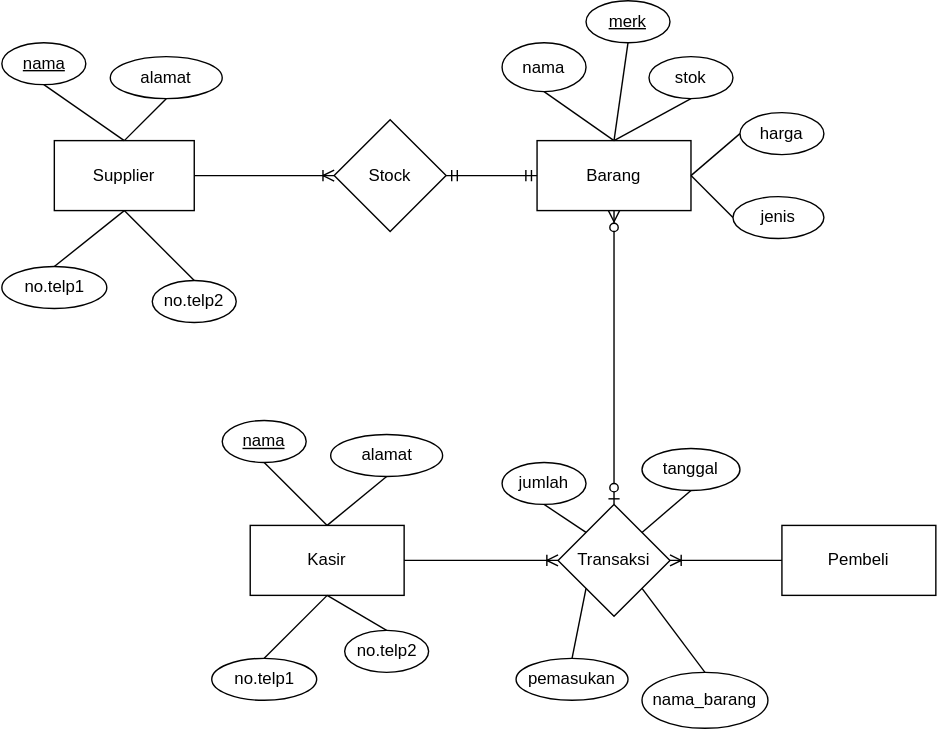
Earlier version of the draw.io export Tes ERD.svg (sendy452/DIagram-Model). Source tidied: cells renumbered, new cells last; positions are measured from the earlier drawing's top-left corner, leaving out a move shared by most shapes.
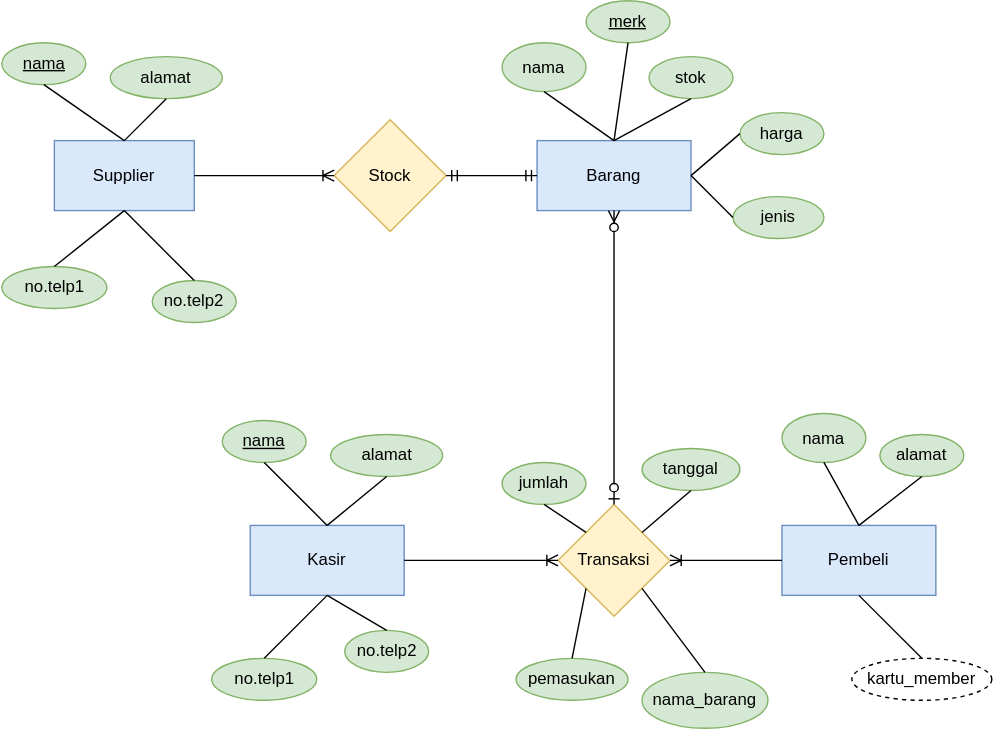
After the commit.

The edit, as a diff of the source:
```diff
@@ -2,34 +2,34 @@
   <root>
     <mxCell id="0" />
     <mxCell id="1" parent="0" />
-    <mxCell id="2" value="Supplier" style="rounded=0;whiteSpace=wrap;html=1;" parent="1" vertex="1">
+    <mxCell id="2" value="Supplier" style="rounded=0;whiteSpace=wrap;html=1;fillColor=#dae8fc;strokeColor=#6c8ebf;" parent="1" vertex="1">
       <mxGeometry x="38" y="100" width="100" height="50" as="geometry" />
     </mxCell>
-    <mxCell id="3" value="Stock" style="rhombus;whiteSpace=wrap;html=1;" parent="1" vertex="1">
+    <mxCell id="3" value="Stock" style="rhombus;whiteSpace=wrap;html=1;fillColor=#fff2cc;strokeColor=#d6b656;" parent="1" vertex="1">
       <mxGeometry x="238" y="85" width="80" height="80" as="geometry" />
     </mxCell>
-    <mxCell id="4" value="Barang" style="rounded=0;whiteSpace=wrap;html=1;" parent="1" vertex="1">
+    <mxCell id="4" value="Barang" style="rounded=0;whiteSpace=wrap;html=1;fillColor=#dae8fc;strokeColor=#6c8ebf;" parent="1" vertex="1">
       <mxGeometry x="383" y="100" width="110" height="50" as="geometry" />
     </mxCell>
-    <mxCell id="5" value="Transaksi" style="rhombus;whiteSpace=wrap;html=1;" parent="1" vertex="1">
+    <mxCell id="5" value="Transaksi" style="rhombus;whiteSpace=wrap;html=1;fillColor=#fff2cc;strokeColor=#d6b656;" parent="1" vertex="1">
       <mxGeometry x="398" y="360" width="80" height="80" as="geometry" />
     </mxCell>
-    <mxCell id="6" value="Kasir" style="rounded=0;whiteSpace=wrap;html=1;" parent="1" vertex="1">
+    <mxCell id="6" value="Kasir" style="rounded=0;whiteSpace=wrap;html=1;fillColor=#dae8fc;strokeColor=#6c8ebf;" parent="1" vertex="1">
       <mxGeometry x="178" y="375" width="110" height="50" as="geometry" />
     </mxCell>
-    <mxCell id="7" value="Pembeli" style="rounded=0;whiteSpace=wrap;html=1;" parent="1" vertex="1">
+    <mxCell id="7" value="Pembeli" style="rounded=0;whiteSpace=wrap;html=1;fillColor=#dae8fc;strokeColor=#6c8ebf;" parent="1" vertex="1">
       <mxGeometry x="558" y="375" width="110" height="50" as="geometry" />
     </mxCell>
-    <mxCell id="8" value="no.telp2" style="ellipse;whiteSpace=wrap;html=1;" parent="1" vertex="1">
+    <mxCell id="8" value="no.telp2" style="ellipse;whiteSpace=wrap;html=1;fillColor=#d5e8d4;strokeColor=#82b366;" parent="1" vertex="1">
       <mxGeometry x="108" y="200" width="60" height="30" as="geometry" />
     </mxCell>
-    <mxCell id="9" value="no.telp1" style="ellipse;whiteSpace=wrap;html=1;" parent="1" vertex="1">
+    <mxCell id="9" value="no.telp1" style="ellipse;whiteSpace=wrap;html=1;fillColor=#d5e8d4;strokeColor=#82b366;" parent="1" vertex="1">
       <mxGeometry x="0.5" y="190" width="75" height="30" as="geometry" />
     </mxCell>
-    <mxCell id="10" value="alamat" style="ellipse;whiteSpace=wrap;html=1;" parent="1" vertex="1">
+    <mxCell id="10" value="alamat" style="ellipse;whiteSpace=wrap;html=1;fillColor=#d5e8d4;strokeColor=#82b366;" parent="1" vertex="1">
       <mxGeometry x="78" y="40" width="80" height="30" as="geometry" />
     </mxCell>
-    <mxCell id="11" value="nama" style="ellipse;whiteSpace=wrap;html=1;fontStyle=4;" parent="1" vertex="1">
+    <mxCell id="11" value="nama" style="ellipse;whiteSpace=wrap;html=1;fontStyle=4;fillColor=#d5e8d4;strokeColor=#82b366;" parent="1" vertex="1">
       <mxGeometry x="0.5" y="30" width="60" height="30" as="geometry" />
     </mxCell>
     <mxCell id="12" style="endArrow=none;html=1;exitX=0.5;exitY=1;exitDx=0;exitDy=0;entryX=0.5;entryY=0;entryDx=0;entryDy=0;" parent="1" edge="1" source="11" target="2">
@@ -44,19 +44,19 @@
     <mxCell id="15" style="endArrow=none;html=1;exitX=0.5;exitY=0;exitDx=0;exitDy=0;entryX=0.5;entryY=1;entryDx=0;entryDy=0;" parent="1" edge="1" source="8" target="2">
       <mxGeometry relative="1" as="geometry" />
     </mxCell>
-    <mxCell id="16" value="stok" style="ellipse;whiteSpace=wrap;html=1;" parent="1" vertex="1">
+    <mxCell id="16" value="stok" style="ellipse;whiteSpace=wrap;html=1;fillColor=#d5e8d4;strokeColor=#82b366;" parent="1" vertex="1">
       <mxGeometry x="463" y="40" width="60" height="30" as="geometry" />
     </mxCell>
-    <mxCell id="17" value="harga" style="ellipse;whiteSpace=wrap;html=1;" parent="1" vertex="1">
+    <mxCell id="17" value="harga" style="ellipse;whiteSpace=wrap;html=1;fillColor=#d5e8d4;strokeColor=#82b366;" parent="1" vertex="1">
       <mxGeometry x="528" y="80" width="60" height="30" as="geometry" />
     </mxCell>
-    <mxCell id="18" value="jenis" style="ellipse;whiteSpace=wrap;html=1;" parent="1" vertex="1">
+    <mxCell id="18" value="jenis" style="ellipse;whiteSpace=wrap;html=1;fillColor=#d5e8d4;strokeColor=#82b366;" parent="1" vertex="1">
       <mxGeometry x="523" y="140" width="65" height="30" as="geometry" />
     </mxCell>
-    <mxCell id="19" value="merk" style="ellipse;whiteSpace=wrap;html=1;fontStyle=4;" parent="1" vertex="1">
+    <mxCell id="19" value="merk" style="ellipse;whiteSpace=wrap;html=1;fontStyle=4;fillColor=#d5e8d4;strokeColor=#82b366;" parent="1" vertex="1">
       <mxGeometry x="418" width="60" height="30" as="geometry" />
     </mxCell>
-    <mxCell id="20" value="nama" style="ellipse;whiteSpace=wrap;html=1;fontStyle=0;" parent="1" vertex="1">
+    <mxCell id="20" value="nama" style="ellipse;whiteSpace=wrap;html=1;fontStyle=0;fillColor=#d5e8d4;strokeColor=#82b366;" parent="1" vertex="1">
       <mxGeometry x="358" y="30" width="60" height="35" as="geometry" />
     </mxCell>
     <mxCell id="21" style="endArrow=none;html=1;exitX=0.5;exitY=1;exitDx=0;exitDy=0;entryX=0.5;entryY=0;entryDx=0;entryDy=0;" parent="1" edge="1" source="20" target="4">
@@ -83,16 +83,16 @@
     <mxCell id="28" style="fontSize=12;html=1;endArrow=ERzeroToMany;startArrow=ERzeroToOne;jumpSize=0;endSize=6;rounded=0;rotation=170;exitX=0.5;exitY=0;exitDx=0;exitDy=0;entryX=0.5;entryY=1;entryDx=0;entryDy=0;rotation=60;" parent="1" edge="1" source="5" target="4">
       <mxGeometry relative="1" as="geometry" />
     </mxCell>
-    <mxCell id="29" value="no.telp2" style="ellipse;whiteSpace=wrap;html=1;" parent="1" vertex="1">
+    <mxCell id="29" value="no.telp2" style="ellipse;whiteSpace=wrap;html=1;fillColor=#d5e8d4;strokeColor=#82b366;" parent="1" vertex="1">
       <mxGeometry x="245.5" y="450" width="60" height="30" as="geometry" />
     </mxCell>
-    <mxCell id="30" value="no.telp1" style="ellipse;whiteSpace=wrap;html=1;" parent="1" vertex="1">
+    <mxCell id="30" value="no.telp1" style="ellipse;whiteSpace=wrap;html=1;fillColor=#d5e8d4;strokeColor=#82b366;" parent="1" vertex="1">
       <mxGeometry x="150.5" y="470" width="75" height="30" as="geometry" />
     </mxCell>
-    <mxCell id="31" value="alamat" style="ellipse;whiteSpace=wrap;html=1;" parent="1" vertex="1">
+    <mxCell id="31" value="alamat" style="ellipse;whiteSpace=wrap;html=1;fillColor=#d5e8d4;strokeColor=#82b366;" parent="1" vertex="1">
       <mxGeometry x="235.5" y="310" width="80" height="30" as="geometry" />
     </mxCell>
-    <mxCell id="32" value="nama" style="ellipse;whiteSpace=wrap;html=1;fontStyle=4;" parent="1" vertex="1">
+    <mxCell id="32" value="nama" style="ellipse;whiteSpace=wrap;html=1;fontStyle=4;fillColor=#d5e8d4;strokeColor=#82b366;" parent="1" vertex="1">
       <mxGeometry x="158" y="300" width="60" height="30" as="geometry" />
     </mxCell>
     <mxCell id="33" style="edgeStyle=none;rounded=0;jumpSize=0;orthogonalLoop=1;jettySize=auto;html=1;exitX=1;exitY=1;exitDx=0;exitDy=0;startArrow=ERzeroToOne;endArrow=ERzeroToMany;endSize=6;fontSize=12;" parent="1" edge="1" source="31" target="31">
@@ -116,16 +116,16 @@
     <mxCell id="39" style="edgeStyle=entityRelationEdgeStyle;fontSize=12;html=1;endArrow=ERoneToMany;exitX=0;exitY=0.5;exitDx=0;exitDy=0;entryX=1;entryY=0.5;entryDx=0;entryDy=0;" parent="1" edge="1" source="7" target="5">
       <mxGeometry relative="1" as="geometry" />
     </mxCell>
-    <mxCell id="40" value="pemasukan" style="ellipse;whiteSpace=wrap;html=1;fontSize=12;" parent="1" vertex="1">
+    <mxCell id="40" value="pemasukan" style="ellipse;whiteSpace=wrap;html=1;fontSize=12;fillColor=#d5e8d4;strokeColor=#82b366;" parent="1" vertex="1">
       <mxGeometry x="368" y="470" width="80" height="30" as="geometry" />
     </mxCell>
-    <mxCell id="41" value="jumlah" style="ellipse;whiteSpace=wrap;html=1;fontSize=12;" parent="1" vertex="1">
+    <mxCell id="41" value="jumlah" style="ellipse;whiteSpace=wrap;html=1;fontSize=12;fillColor=#d5e8d4;strokeColor=#82b366;" parent="1" vertex="1">
       <mxGeometry x="358" y="330" width="60" height="30" as="geometry" />
     </mxCell>
-    <mxCell id="42" value="nama_barang" style="ellipse;whiteSpace=wrap;html=1;fontSize=12;" parent="1" vertex="1">
+    <mxCell id="42" value="nama_barang" style="ellipse;whiteSpace=wrap;html=1;fontSize=12;fillColor=#d5e8d4;strokeColor=#82b366;" parent="1" vertex="1">
       <mxGeometry x="458" y="480" width="90" height="40" as="geometry" />
     </mxCell>
-    <mxCell id="43" value="tanggal" style="ellipse;whiteSpace=wrap;html=1;fontSize=12;" parent="1" vertex="1">
+    <mxCell id="43" value="tanggal" style="ellipse;whiteSpace=wrap;html=1;fontSize=12;fillColor=#d5e8d4;strokeColor=#82b366;" parent="1" vertex="1">
       <mxGeometry x="458" y="320" width="70" height="30" as="geometry" />
     </mxCell>
     <mxCell id="44" style="endArrow=none;html=1;fontSize=12;exitX=0.5;exitY=1;exitDx=0;exitDy=0;entryX=0;entryY=0;entryDx=0;entryDy=0;" parent="1" edge="1" source="41" target="5">
@@ -140,5 +140,23 @@
     <mxCell id="47" style="endArrow=none;html=1;fontSize=12;exitX=0.5;exitY=0;exitDx=0;exitDy=0;entryX=1;entryY=1;entryDx=0;entryDy=0;" parent="1" edge="1" source="42" target="5">
       <mxGeometry relative="1" as="geometry" />
     </mxCell>
+    <mxCell id="48" value="alamat" style="ellipse;whiteSpace=wrap;html=1;fontSize=12;fillColor=#d5e8d4;strokeColor=#82b366;" parent="1" vertex="1">
+      <mxGeometry x="628" y="310" width="60" height="30" as="geometry" />
+    </mxCell>
+    <mxCell id="49" value="nama" style="ellipse;whiteSpace=wrap;html=1;fontSize=12;fillColor=#d5e8d4;strokeColor=#82b366;" parent="1" vertex="1">
+      <mxGeometry x="558" y="295" width="60" height="35" as="geometry" />
+    </mxCell>
+    <mxCell id="50" style="endArrow=none;html=1;fontSize=12;exitX=0.5;exitY=1;exitDx=0;exitDy=0;entryX=0.5;entryY=0;entryDx=0;entryDy=0;" parent="1" edge="1" source="49" target="7">
+      <mxGeometry relative="1" as="geometry" />
+    </mxCell>
+    <mxCell id="51" style="endArrow=none;html=1;fontSize=12;exitX=0.5;exitY=1;exitDx=0;exitDy=0;entryX=0.5;entryY=0;entryDx=0;entryDy=0;" parent="1" edge="1" source="48" target="7">
+      <mxGeometry relative="1" as="geometry" />
+    </mxCell>
+    <mxCell id="52" value="kartu_member" style="ellipse;whiteSpace=wrap;html=1;align=center;dashed=1;fontSize=12;" parent="1" vertex="1">
+      <mxGeometry x="608" y="470" width="100" height="30" as="geometry" />
+    </mxCell>
+    <mxCell id="53" style="endArrow=none;html=1;fontSize=12;exitX=0.5;exitY=0;exitDx=0;exitDy=0;entryX=0.5;entryY=1;entryDx=0;entryDy=0;" parent="1" edge="1" source="52" target="7">
+      <mxGeometry relative="1" as="geometry" />
+    </mxCell>
   </root>
 </mxGraphModel>
```
